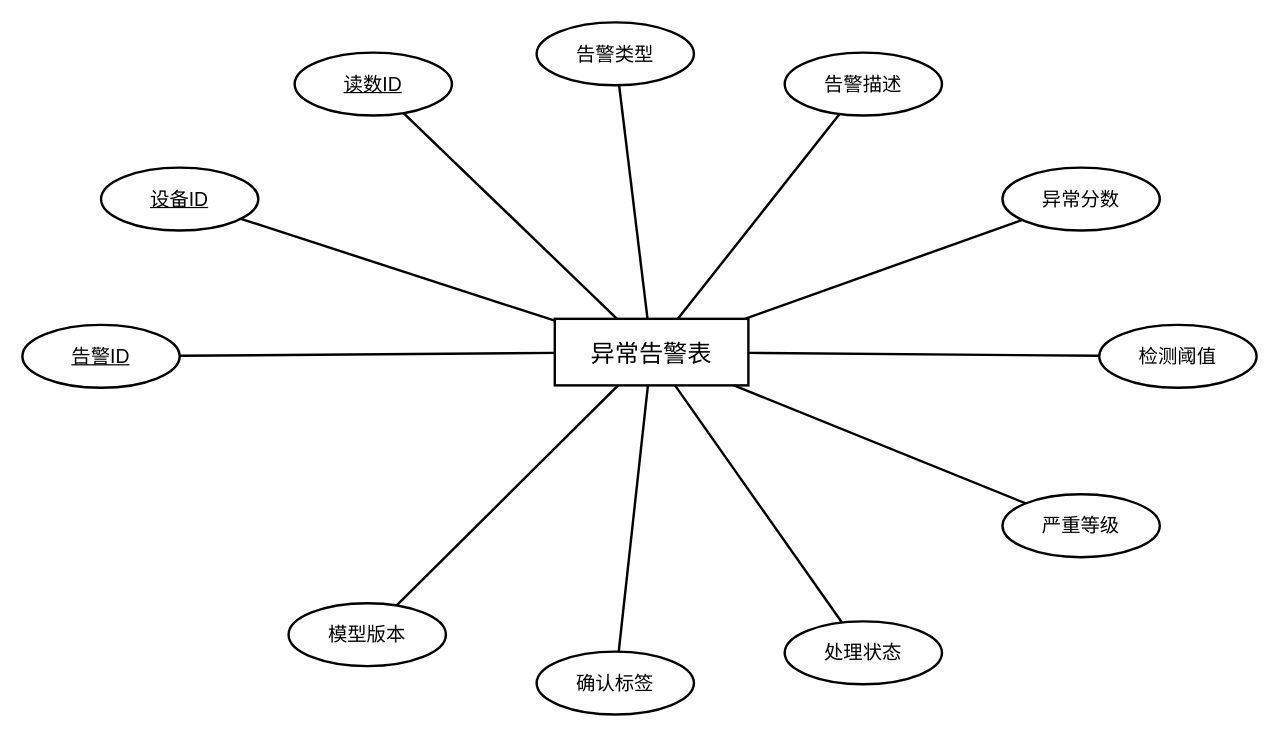
Above: pictures_drawio/异常告警表E-R图.drawio in solisW/my_thesis_system (draw.io), before the change. Source tidied: cells renumbered, new cells numbered last; positions are measured from the earlier drawing's top-left corner, leaving out a move shared by most shapes. Both pictures are drawn from the tidied source at 121%, with x=0, y=0 at pixel (22, 22).
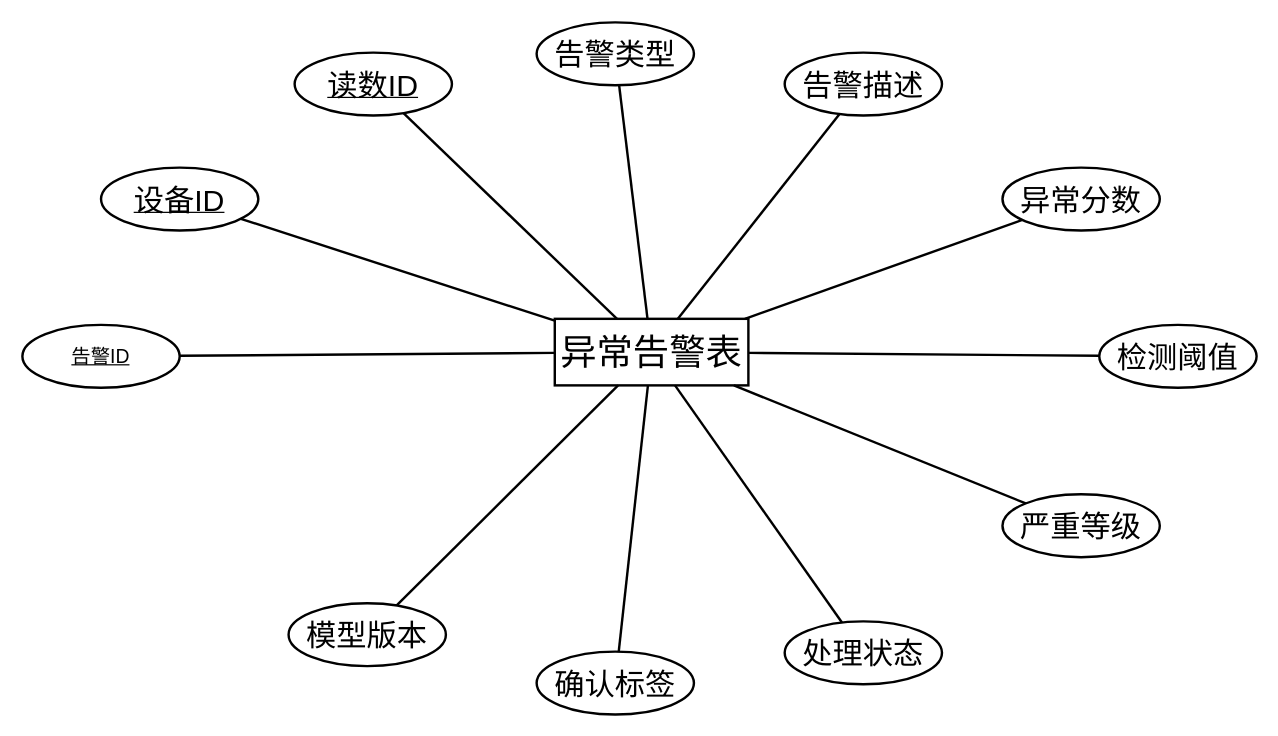
After the change.

What changed in the source:
```diff
@@
-    <mxCell id="2" value="异常告警表" style="rounded=0;whiteSpace=wrap;html=1;fillColor=#ffffff;strokeColor=#000000;strokeWidth=2;fontSize=20;" parent="1" vertex="1">
+    <mxCell id="2" value="&lt;font style=&quot;font-size: 30px;&quot;&gt;异常告警表&lt;/font&gt;" style="rounded=0;whiteSpace=wrap;html=1;fillColor=#ffffff;strokeColor=#000000;strokeWidth=2;fontSize=20;" parent="1" vertex="1">
       <mxGeometry x="440" y="245" width="160" height="55" as="geometry" />
     </mxCell>
@@
-    <mxCell id="5" value="&lt;u&gt;设备ID&lt;/u&gt;" style="ellipse;whiteSpace=wrap;html=1;fillColor=#ffffff;strokeColor=#000000;strokeWidth=2;fontSize=16;" parent="1" vertex="1">
+    <mxCell id="5" value="&lt;u&gt;&lt;font style=&quot;font-size: 25px;&quot;&gt;设备ID&lt;/font&gt;&lt;/u&gt;" style="ellipse;whiteSpace=wrap;html=1;fillColor=#ffffff;strokeColor=#000000;strokeWidth=2;fontSize=16;" parent="1" vertex="1">
       <mxGeometry x="65" y="120" width="130" height="52" as="geometry" />
     </mxCell>
@@
-    <mxCell id="7" value="&lt;u&gt;读数ID&lt;/u&gt;" style="ellipse;whiteSpace=wrap;html=1;fillColor=#ffffff;strokeColor=#000000;strokeWidth=2;fontSize=16;" parent="1" vertex="1">
+    <mxCell id="7" value="&lt;u&gt;&lt;font style=&quot;font-size: 25px;&quot;&gt;读数ID&lt;/font&gt;&lt;/u&gt;" style="ellipse;whiteSpace=wrap;html=1;fillColor=#ffffff;strokeColor=#000000;strokeWidth=2;fontSize=16;" parent="1" vertex="1">
       <mxGeometry x="225" y="25" width="130" height="52" as="geometry" />
     </mxCell>
@@
-    <mxCell id="9" value="告警类型" style="ellipse;whiteSpace=wrap;html=1;fillColor=#ffffff;strokeColor=#000000;strokeWidth=2;fontSize=16;" parent="1" vertex="1">
+    <mxCell id="9" value="&lt;font style=&quot;font-size: 25px;&quot;&gt;告警类型&lt;/font&gt;" style="ellipse;whiteSpace=wrap;html=1;fillColor=#ffffff;strokeColor=#000000;strokeWidth=2;fontSize=16;" parent="1" vertex="1">
       <mxGeometry x="425" width="130" height="52" as="geometry" />
     </mxCell>
@@
-    <mxCell id="11" value="告警描述" style="ellipse;whiteSpace=wrap;html=1;fillColor=#ffffff;strokeColor=#000000;strokeWidth=2;fontSize=16;" parent="1" vertex="1">
+    <mxCell id="11" value="&lt;font style=&quot;font-size: 25px;&quot;&gt;告警描述&lt;/font&gt;" style="ellipse;whiteSpace=wrap;html=1;fillColor=#ffffff;strokeColor=#000000;strokeWidth=2;fontSize=16;" parent="1" vertex="1">
       <mxGeometry x="630" y="25" width="130" height="52" as="geometry" />
     </mxCell>
@@
-    <mxCell id="13" value="异常分数" style="ellipse;whiteSpace=wrap;html=1;fillColor=#ffffff;strokeColor=#000000;strokeWidth=2;fontSize=16;" parent="1" vertex="1">
+    <mxCell id="13" value="&lt;font style=&quot;font-size: 25px;&quot;&gt;异常分数&lt;/font&gt;" style="ellipse;whiteSpace=wrap;html=1;fillColor=#ffffff;strokeColor=#000000;strokeWidth=2;fontSize=16;" parent="1" vertex="1">
       <mxGeometry x="810" y="120" width="130" height="52" as="geometry" />
     </mxCell>
@@
-    <mxCell id="15" value="检测阈值" style="ellipse;whiteSpace=wrap;html=1;fillColor=#ffffff;strokeColor=#000000;strokeWidth=2;fontSize=16;" parent="1" vertex="1">
+    <mxCell id="15" value="&lt;font style=&quot;font-size: 25px;&quot;&gt;检测阈值&lt;/font&gt;" style="ellipse;whiteSpace=wrap;html=1;fillColor=#ffffff;strokeColor=#000000;strokeWidth=2;fontSize=16;" parent="1" vertex="1">
       <mxGeometry x="890" y="250" width="130" height="52" as="geometry" />
     </mxCell>
@@
-    <mxCell id="17" value="严重等级" style="ellipse;whiteSpace=wrap;html=1;fillColor=#ffffff;strokeColor=#000000;strokeWidth=2;fontSize=16;" parent="1" vertex="1">
+    <mxCell id="17" value="&lt;font style=&quot;font-size: 25px;&quot;&gt;严重等级&lt;/font&gt;" style="ellipse;whiteSpace=wrap;html=1;fillColor=#ffffff;strokeColor=#000000;strokeWidth=2;fontSize=16;" parent="1" vertex="1">
       <mxGeometry x="810" y="390" width="130" height="52" as="geometry" />
     </mxCell>
@@
-    <mxCell id="19" value="处理状态" style="ellipse;whiteSpace=wrap;html=1;fillColor=#ffffff;strokeColor=#000000;strokeWidth=2;fontSize=16;" parent="1" vertex="1">
+    <mxCell id="19" value="&lt;font style=&quot;font-size: 25px;&quot;&gt;处理状态&lt;/font&gt;" style="ellipse;whiteSpace=wrap;html=1;fillColor=#ffffff;strokeColor=#000000;strokeWidth=2;fontSize=16;" parent="1" vertex="1">
       <mxGeometry x="630" y="495" width="130" height="52" as="geometry" />
     </mxCell>
@@
-    <mxCell id="21" value="确认标签" style="ellipse;whiteSpace=wrap;html=1;fillColor=#ffffff;strokeColor=#000000;strokeWidth=2;fontSize=16;" parent="1" vertex="1">
+    <mxCell id="21" value="&lt;font style=&quot;font-size: 25px;&quot;&gt;确认标签&lt;/font&gt;" style="ellipse;whiteSpace=wrap;html=1;fillColor=#ffffff;strokeColor=#000000;strokeWidth=2;fontSize=16;" parent="1" vertex="1">
       <mxGeometry x="425" y="520" width="130" height="52" as="geometry" />
     </mxCell>
@@
-    <mxCell id="23" value="模型版本" style="ellipse;whiteSpace=wrap;html=1;fillColor=#ffffff;strokeColor=#000000;strokeWidth=2;fontSize=16;" parent="1" vertex="1">
+    <mxCell id="23" value="&lt;font style=&quot;font-size: 25px;&quot;&gt;模型版本&lt;/font&gt;" style="ellipse;whiteSpace=wrap;html=1;fillColor=#ffffff;strokeColor=#000000;strokeWidth=2;fontSize=16;" parent="1" vertex="1">
       <mxGeometry x="220" y="480" width="130" height="52" as="geometry" />
     </mxCell>
```
